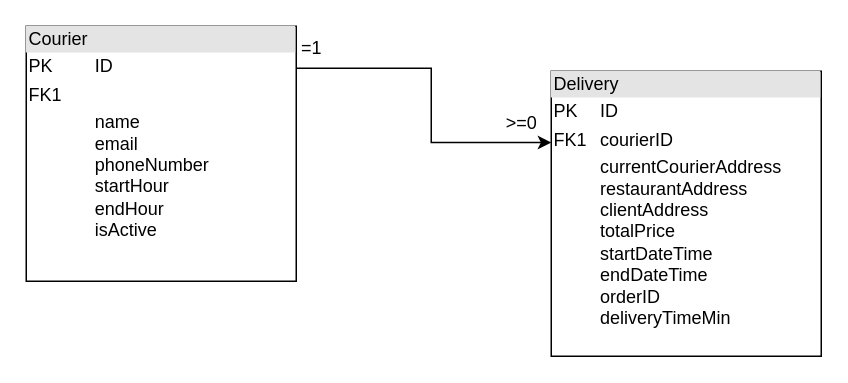
Above: page "Model (Courier management)" (6 of 7) of docs/model+ui+endpoints.drawio in Uber-Summer-Practice-Sofia-2022/uber-summer-practice-docs-faq (draw.io), before the change. Source tidied: cells renumbered, new cells numbered last; positions are measured from the earlier drawing's top-left corner, leaving out a move shared by most shapes. Both pictures are drawn from the tidied source at 150%, with x=0, y=0 at pixel (26, 26).
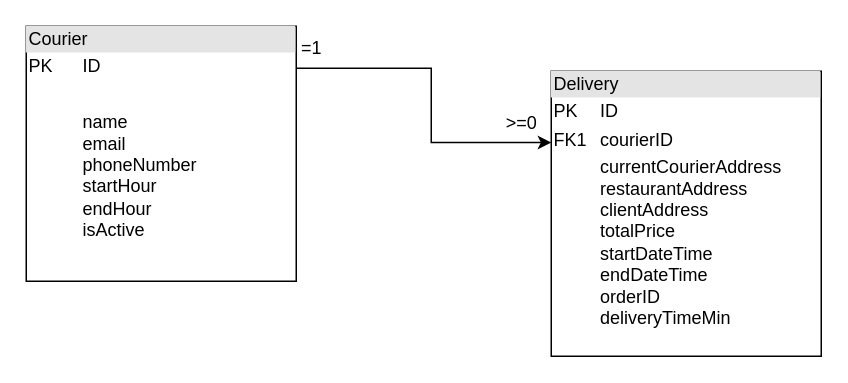
Above is the later version.

What changed in the source:
```diff
@@
 <mxGraphModel>
   <root>
     <mxCell id="0" />
     <mxCell id="1" parent="0" />
     <mxCell id="2" style="edgeStyle=orthogonalEdgeStyle;rounded=0;jettySize=auto;html=1;entryX=0;entryY=0.25;entryDx=0;entryDy=0;" parent="1" edge="1" source="3" target="4">
       <mxGeometry relative="1" as="geometry">
         <Array as="points">
           <mxPoint x="270" y="28" />
         </Array>
       </mxGeometry>
     </mxCell>
-    <mxCell id="3" value="&lt;div style=&quot;box-sizing:border-box;width:100%;background:#e4e4e4;padding:2px;&quot;&gt;Courier&lt;/div&gt;&lt;table style=&quot;width:100%;font-size:1em;&quot; cellpadding=&quot;2&quot; cellspacing=&quot;0&quot;&gt;&lt;tbody&gt;&lt;tr&gt;&lt;td&gt;PK&lt;/td&gt;&lt;td&gt;ID&lt;/td&gt;&lt;/tr&gt;&lt;tr&gt;&lt;td&gt;FK1&lt;/td&gt;&lt;td&gt;&lt;br&gt;&lt;/td&gt;&lt;/tr&gt;&lt;tr&gt;&lt;td&gt;&lt;/td&gt;&lt;td&gt;name&lt;br&gt;email&lt;br&gt;phoneNumber&lt;br&gt;startHour&lt;br&gt;endHour&lt;br&gt;isActive&lt;br&gt;&lt;br&gt;&lt;br&gt;&lt;/td&gt;&lt;/tr&gt;&lt;/tbody&gt;&lt;/table&gt;" style="verticalAlign=top;align=left;overflow=fill;html=1;" parent="1" vertex="1">
+    <mxCell id="3" value="&lt;div style=&quot;box-sizing:border-box;width:100%;background:#e4e4e4;padding:2px;&quot;&gt;Courier&lt;/div&gt;&lt;table style=&quot;width:100%;font-size:1em;&quot; cellpadding=&quot;2&quot; cellspacing=&quot;0&quot;&gt;&lt;tbody&gt;&lt;tr&gt;&lt;td&gt;PK&lt;/td&gt;&lt;td&gt;ID&lt;/td&gt;&lt;/tr&gt;&lt;tr&gt;&lt;td&gt;&lt;br&gt;&lt;/td&gt;&lt;td&gt;&lt;br&gt;&lt;/td&gt;&lt;/tr&gt;&lt;tr&gt;&lt;td&gt;&lt;/td&gt;&lt;td&gt;name&lt;br&gt;email&lt;br&gt;phoneNumber&lt;br&gt;startHour&lt;br&gt;endHour&lt;br&gt;isActive&lt;br&gt;&lt;br&gt;&lt;br&gt;&lt;/td&gt;&lt;/tr&gt;&lt;/tbody&gt;&lt;/table&gt;" style="verticalAlign=top;align=left;overflow=fill;html=1;" parent="1" vertex="1">
       <mxGeometry width="180" height="170" as="geometry" />
     </mxCell>
     <mxCell id="4" value="&lt;div style=&quot;box-sizing:border-box;width:100%;background:#e4e4e4;padding:2px;&quot;&gt;Delivery&lt;/div&gt;&lt;table style=&quot;width:100%;font-size:1em;&quot; cellpadding=&quot;2&quot; cellspacing=&quot;0&quot;&gt;&lt;tbody&gt;&lt;tr&gt;&lt;td&gt;PK&lt;/td&gt;&lt;td&gt;ID&lt;/td&gt;&lt;/tr&gt;&lt;tr&gt;&lt;td&gt;FK1&lt;/td&gt;&lt;td&gt;courierID&lt;/td&gt;&lt;/tr&gt;&lt;tr&gt;&lt;td&gt;&lt;span style=&quot;white-space: pre;&quot;&gt; &lt;/span&gt;&lt;/td&gt;&lt;td&gt;currentCourierAddress&lt;br&gt;restaurantAddress&lt;br&gt;clientAddress&lt;br&gt;totalPrice&lt;br&gt;startDateTime&lt;br&gt;endDateTime&lt;br&gt;orderID&lt;br&gt;deliveryTimeMin&lt;br&gt;&lt;br&gt;&lt;/td&gt;&lt;/tr&gt;&lt;/tbody&gt;&lt;/table&gt;" style="verticalAlign=top;align=left;overflow=fill;html=1;" parent="1" vertex="1">
       <mxGeometry x="350" y="30" width="180" height="190" as="geometry" />
     </mxCell>
     <mxCell id="5" value="=1&lt;br&gt;" style="text;html=1;align=center;verticalAlign=middle;strokeColor=none;fillColor=none;" parent="1" vertex="1">
       <mxGeometry x="170" width="40" height="30" as="geometry" />
     </mxCell>
     <mxCell id="6" value="&amp;gt;=0" style="text;html=1;align=center;verticalAlign=middle;strokeColor=none;fillColor=none;" parent="1" vertex="1">
       <mxGeometry x="310" y="50" width="40" height="30" as="geometry" />
     </mxCell>
   </root>
 </mxGraphModel>
```
